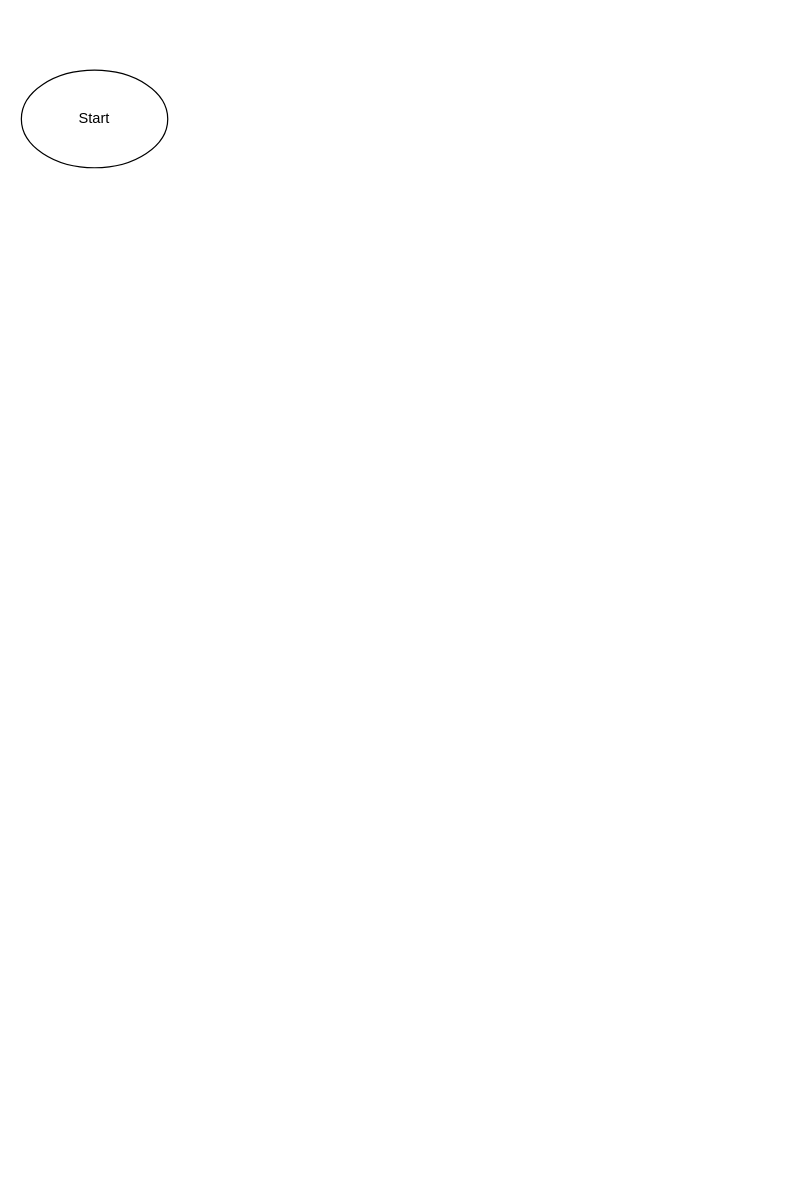
The draw.io diagram Untitled Diagram.drawio in Captain-Shady-Air/Flowcharts, before the edit. Source tidied: cells renumbered, new cells numbered last; positions are measured from the earlier drawing's top-left corner, leaving out a move shared by most shapes. Both pictures are drawn from the tidied source at 122%, with x=0, y=0 at pixel (21, 70).
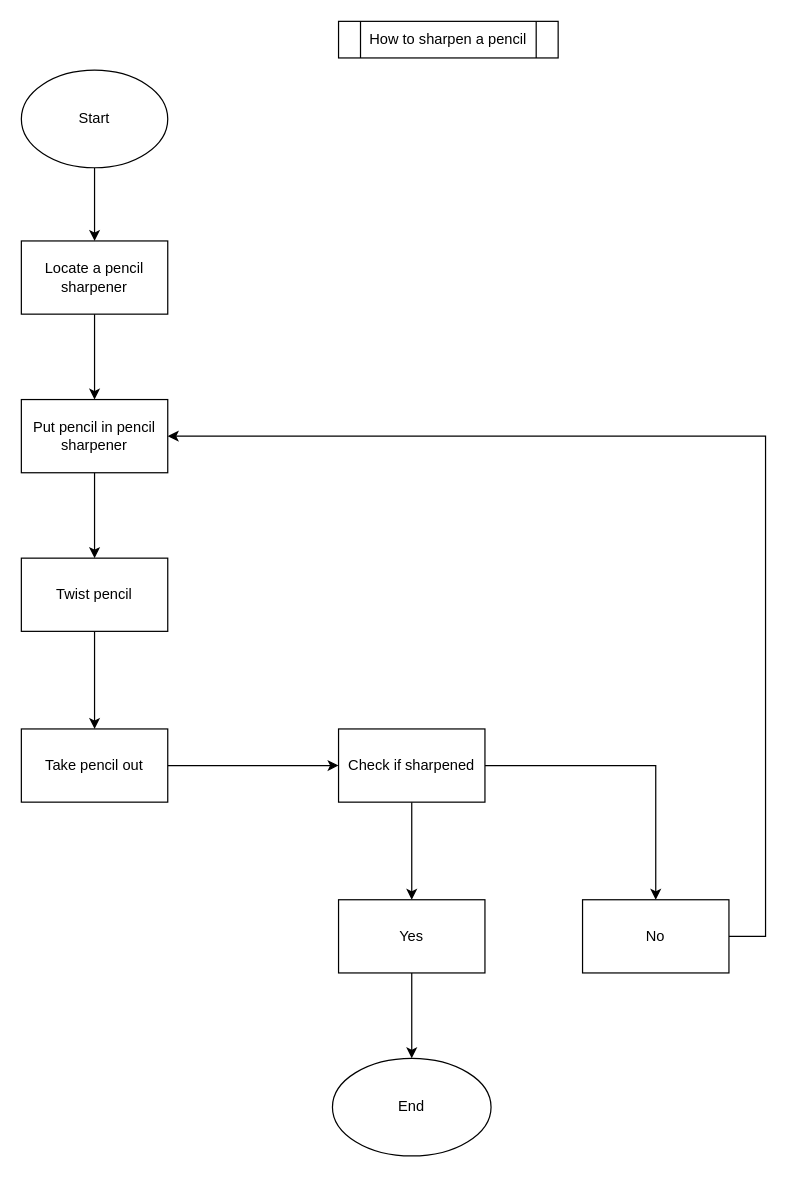
The same page after the edit.

Unchanged cells that the change refers to:
```xml
<mxCell id="2" value="Start" style="ellipse;whiteSpace=wrap;html=1;" parent="1" vertex="1">
  <mxGeometry width="120" height="80" as="geometry" />
</mxCell>
```

Diff of the diagram source:
```diff
@@
+    <mxCell id="3" style="edgeStyle=orthogonalEdgeStyle;rounded=0;jettySize=auto;html=1;" parent="1" edge="1" source="2" target="6">
+      <mxGeometry relative="1" as="geometry" />
+    </mxCell>
@@
+    <mxCell id="4" value="How to sharpen a pencil" style="shape=process;whiteSpace=wrap;html=1;backgroundOutline=1;" parent="1" vertex="1">
+      <mxGeometry x="260" y="-40" width="180" height="30" as="geometry" />
+    </mxCell>
+    <mxCell id="5" style="edgeStyle=orthogonalEdgeStyle;rounded=0;jettySize=auto;html=1;" parent="1" edge="1" source="6" target="8">
+      <mxGeometry relative="1" as="geometry" />
+    </mxCell>
+    <mxCell id="6" value="Locate a pencil sharpener" style="whiteSpace=wrap;html=1;" parent="1" vertex="1">
+      <mxGeometry y="140" width="120" height="60" as="geometry" />
+    </mxCell>
+    <mxCell id="7" style="edgeStyle=orthogonalEdgeStyle;rounded=0;jettySize=auto;html=1;" parent="1" edge="1" source="8" target="10">
+      <mxGeometry relative="1" as="geometry" />
+    </mxCell>
+    <mxCell id="8" value="Put pencil in pencil sharpener" style="whiteSpace=wrap;html=1;" parent="1" vertex="1">
+      <mxGeometry y="270" width="120" height="60" as="geometry" />
+    </mxCell>
+    <mxCell id="9" style="edgeStyle=orthogonalEdgeStyle;rounded=0;jettySize=auto;html=1;" parent="1" edge="1" source="10" target="19">
+      <mxGeometry relative="1" as="geometry" />
+    </mxCell>
+    <mxCell id="10" value="Twist pencil" style="whiteSpace=wrap;html=1;" parent="1" vertex="1">
+      <mxGeometry y="400" width="120" height="60" as="geometry" />
+    </mxCell>
+    <mxCell id="11" style="edgeStyle=orthogonalEdgeStyle;rounded=0;jettySize=auto;html=1;" parent="1" edge="1" source="13" target="15">
+      <mxGeometry relative="1" as="geometry" />
+    </mxCell>
+    <mxCell id="12" style="edgeStyle=orthogonalEdgeStyle;rounded=0;jettySize=auto;html=1;" parent="1" edge="1" source="13" target="17">
+      <mxGeometry relative="1" as="geometry" />
+    </mxCell>
+    <mxCell id="13" value="Check if sharpened" style="whiteSpace=wrap;html=1;" parent="1" vertex="1">
+      <mxGeometry x="260" y="540" width="120" height="60" as="geometry" />
+    </mxCell>
+    <mxCell id="14" style="edgeStyle=orthogonalEdgeStyle;rounded=0;jettySize=auto;html=1;" parent="1" edge="1" source="15" target="20">
+      <mxGeometry relative="1" as="geometry" />
+    </mxCell>
+    <mxCell id="15" value="Yes" style="whiteSpace=wrap;html=1;" parent="1" vertex="1">
+      <mxGeometry x="260" y="680" width="120" height="60" as="geometry" />
+    </mxCell>
+    <mxCell id="16" style="edgeStyle=orthogonalEdgeStyle;rounded=0;jettySize=auto;html=1;entryX=1;entryY=0.5;entryDx=0;entryDy=0;" parent="1" edge="1" source="17" target="8">
+      <mxGeometry relative="1" as="geometry">
+        <Array as="points">
+          <mxPoint x="610" y="710" />
+          <mxPoint x="610" y="300" />
+        </Array>
+      </mxGeometry>
+    </mxCell>
+    <mxCell id="17" value="No" style="whiteSpace=wrap;html=1;" parent="1" vertex="1">
+      <mxGeometry x="460" y="680" width="120" height="60" as="geometry" />
+    </mxCell>
+    <mxCell id="18" style="edgeStyle=orthogonalEdgeStyle;rounded=0;jettySize=auto;html=1;entryX=0;entryY=0.5;entryDx=0;entryDy=0;" parent="1" edge="1" source="19" target="13">
+      <mxGeometry relative="1" as="geometry" />
+    </mxCell>
+    <mxCell id="19" value="Take pencil out" style="whiteSpace=wrap;html=1;" parent="1" vertex="1">
+      <mxGeometry y="540" width="120" height="60" as="geometry" />
+    </mxCell>
+    <mxCell id="20" value="End" style="ellipse;whiteSpace=wrap;html=1;" parent="1" vertex="1">
+      <mxGeometry x="255" y="810" width="130" height="80" as="geometry" />
+    </mxCell>
```
